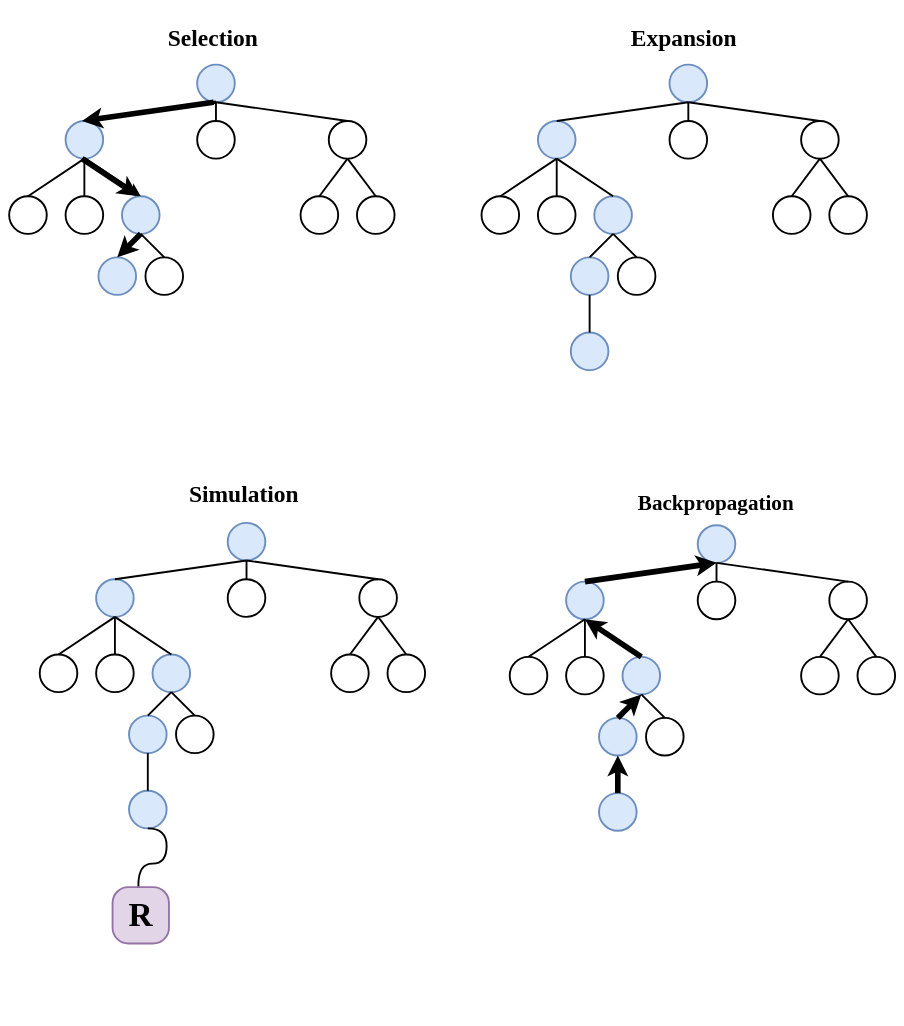
Earlier version of the draw.io diagram drafts/mcts.drawio (peiyong-addwater/QAS). Source tidied: cells renumbered, new cells numbered last; positions are measured from the earlier drawing's top-left corner, leaving out a move shared by most shapes. Both pictures are drawn from the tidied source at 47%, with x=0, y=0 at pixel (9, 13).
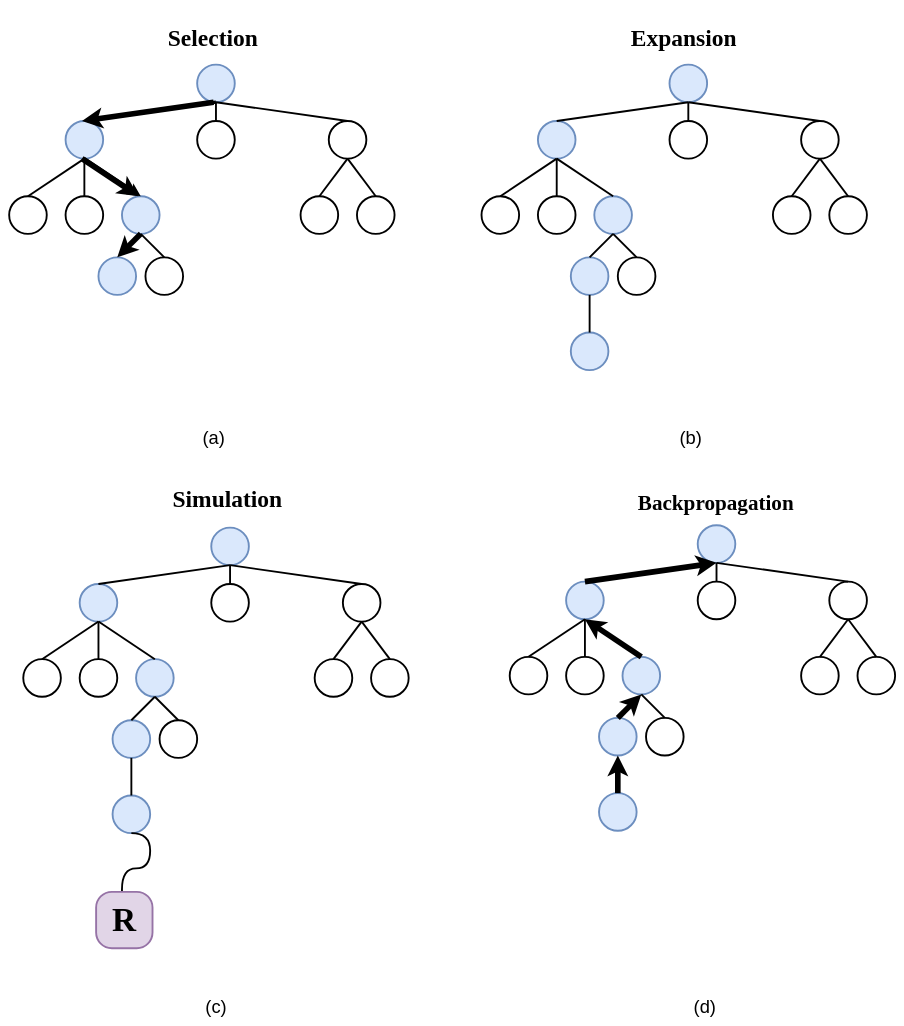
Above is the later version.

What changed in the source:
```diff
@@
     <mxCell id="46" style="ellipse;whiteSpace=wrap;html=1;strokeWidth=4;fillColor=#dae8fc;strokeColor=#6c8ebf;" parent="1" vertex="1">
-      <mxGeometry x="465" y="1085" width="80" height="80" as="geometry" />
+      <mxGeometry x="430" y="1095" width="80" height="80" as="geometry" />
     </mxCell>
     <mxCell id="47" style="ellipse;whiteSpace=wrap;html=1;strokeWidth=4;fillColor=#dae8fc;strokeColor=#6c8ebf;" parent="1" vertex="1">
-      <mxGeometry x="185" y="1205" width="80" height="80" as="geometry" />
+      <mxGeometry x="150" y="1215" width="80" height="80" as="geometry" />
     </mxCell>
     <mxCell id="48" style="ellipse;whiteSpace=wrap;html=1;strokeWidth=4;" parent="1" vertex="1">
-      <mxGeometry x="465" y="1205" width="80" height="80" as="geometry" />
+      <mxGeometry x="430" y="1215" width="80" height="80" as="geometry" />
     </mxCell>
     <mxCell id="49" style="ellipse;whiteSpace=wrap;html=1;strokeWidth=4;" parent="1" vertex="1">
-      <mxGeometry x="745" y="1205" width="80" height="80" as="geometry" />
+      <mxGeometry x="710" y="1215" width="80" height="80" as="geometry" />
     </mxCell>
     <mxCell id="50" style="ellipse;whiteSpace=wrap;html=1;strokeWidth=4;" parent="1" vertex="1">
-      <mxGeometry x="685" y="1365" width="80" height="80" as="geometry" />
+      <mxGeometry x="650" y="1375" width="80" height="80" as="geometry" />
     </mxCell>
     <mxCell id="51" style="ellipse;whiteSpace=wrap;html=1;strokeWidth=4;" parent="1" vertex="1">
-      <mxGeometry x="805" y="1365" width="80" height="80" as="geometry" />
+      <mxGeometry x="770" y="1375" width="80" height="80" as="geometry" />
     </mxCell>
     <mxCell id="52" style="ellipse;whiteSpace=wrap;html=1;strokeWidth=4;" parent="1" vertex="1">
-      <mxGeometry x="185" y="1365" width="80" height="80" as="geometry" />
+      <mxGeometry x="150" y="1375" width="80" height="80" as="geometry" />
     </mxCell>
     <mxCell id="53" style="ellipse;whiteSpace=wrap;html=1;strokeWidth=4;fillColor=#dae8fc;strokeColor=#6c8ebf;" parent="1" vertex="1">
-      <mxGeometry x="305" y="1365" width="80" height="80" as="geometry" />
+      <mxGeometry x="270" y="1375" width="80" height="80" as="geometry" />
     </mxCell>
     <mxCell id="54" style="ellipse;whiteSpace=wrap;html=1;strokeWidth=4;" parent="1" vertex="1">
-      <mxGeometry x="65" y="1365" width="80" height="80" as="geometry" />
+      <mxGeometry x="30" y="1375" width="80" height="80" as="geometry" />
     </mxCell>
     <mxCell id="55" style="ellipse;whiteSpace=wrap;html=1;strokeWidth=4;fillColor=#dae8fc;strokeColor=#6c8ebf;" parent="1" vertex="1">
-      <mxGeometry x="255" y="1495" width="80" height="80" as="geometry" />
+      <mxGeometry x="220" y="1505" width="80" height="80" as="geometry" />
     </mxCell>
     <mxCell id="56" style="ellipse;whiteSpace=wrap;html=1;strokeWidth=4;" parent="1" vertex="1">
-      <mxGeometry x="355" y="1495" width="80" height="80" as="geometry" />
+      <mxGeometry x="320" y="1505" width="80" height="80" as="geometry" />
     </mxCell>
     <mxCell id="57" style="endArrow=none;html=1;rounded=0;exitX=0.5;exitY=0;exitDx=0;exitDy=0;strokeWidth=4;" parent="1" edge="1" source="48">
       <mxGeometry relative="1" as="geometry">
-        <mxPoint x="505" y="1165" as="targetPoint" />
+        <mxPoint x="470" y="1175" as="targetPoint" />
       </mxGeometry>
     </mxCell>
     <mxCell id="58" style="endArrow=none;html=1;rounded=0;exitX=0.5;exitY=0;exitDx=0;exitDy=0;strokeWidth=4;" parent="1" edge="1" source="49">
       <mxGeometry relative="1" as="geometry">
-        <mxPoint x="505" y="1165" as="targetPoint" />
+        <mxPoint x="470" y="1175" as="targetPoint" />
       </mxGeometry>
     </mxCell>
     <mxCell id="59" style="endArrow=none;html=1;rounded=0;exitX=0.5;exitY=0;exitDx=0;exitDy=0;strokeWidth=4;" parent="1" edge="1" source="52">
       <mxGeometry relative="1" as="geometry">
-        <mxPoint x="225" y="1285" as="targetPoint" />
+        <mxPoint x="190" y="1295" as="targetPoint" />
       </mxGeometry>
     </mxCell>
     <mxCell id="60" style="endArrow=none;html=1;rounded=0;exitX=0.5;exitY=0;exitDx=0;exitDy=0;strokeWidth=4;" parent="1" edge="1" source="54">
       <mxGeometry relative="1" as="geometry">
-        <mxPoint x="225" y="1285" as="targetPoint" />
+        <mxPoint x="190" y="1295" as="targetPoint" />
       </mxGeometry>
     </mxCell>
@@
     <mxCell id="63" style="endArrow=none;html=1;rounded=0;exitX=0.5;exitY=0;exitDx=0;exitDy=0;strokeWidth=4;" parent="1" edge="1" source="51">
       <mxGeometry relative="1" as="geometry">
-        <mxPoint x="785" y="1285" as="targetPoint" />
+        <mxPoint x="750" y="1295" as="targetPoint" />
       </mxGeometry>
     </mxCell>
@@
     <mxCell id="67" style="ellipse;whiteSpace=wrap;html=1;strokeWidth=4;fillColor=#dae8fc;strokeColor=#6c8ebf;" parent="1" vertex="1">
-      <mxGeometry x="255" y="1655" width="80" height="80" as="geometry" />
+      <mxGeometry x="220" y="1665" width="80" height="80" as="geometry" />
     </mxCell>
@@
     <mxCell id="69" style="endArrow=none;html=1;rounded=0;edgeStyle=orthogonalEdgeStyle;curved=1;entryX=0.5;entryY=1;entryDx=0;entryDy=0;startArrow=none;exitX=0.5;exitY=0;exitDx=0;exitDy=0;strokeWidth=4;" parent="1" edge="1" source="97" target="67">
       <mxGeometry relative="1" as="geometry">
         <Array as="points">
-          <mxPoint x="275" y="1900" />
-          <mxPoint x="275" y="1810" />
-          <mxPoint x="335" y="1810" />
-          <mxPoint x="335" y="1735" />
+          <mxPoint x="240" y="1910" />
+          <mxPoint x="240" y="1820" />
+          <mxPoint x="300" y="1820" />
+          <mxPoint x="300" y="1745" />
         </Array>
       </mxGeometry>
     </mxCell>
@@
     <mxCell id="95" value="&lt;h1 style=&quot;font-size: 50px;&quot;&gt;&lt;font style=&quot;font-size: 50px;&quot; face=&quot;Times New Roman&quot;&gt;Simulation&lt;/font&gt;&lt;/h1&gt;" style="text;html=1;strokeColor=none;fillColor=none;spacing=5;spacingTop=-20;whiteSpace=wrap;overflow=hidden;rounded=0;fontSize=50;" parent="1" vertex="1">
-      <mxGeometry x="377.5" y="970" width="255" height="100" as="geometry" />
+      <mxGeometry x="342.5" y="980" width="255" height="100" as="geometry" />
     </mxCell>
@@
     <mxCell id="97" value="&lt;font style=&quot;font-size: 71px;&quot;&gt;R&lt;/font&gt;" style="whiteSpace=wrap;html=1;fontFamily=Times New Roman;fontSize=71;rounded=1;arcSize=28;strokeWidth=4;fontStyle=1;fillColor=#e1d5e7;strokeColor=#9673a6;" parent="1" vertex="1">
-      <mxGeometry x="220" y="1860" width="120" height="120" as="geometry" />
+      <mxGeometry x="185" y="1870" width="120" height="120" as="geometry" />
     </mxCell>
@@
+    <mxCell id="100" value="(a)" style="text;html=1;align=center;verticalAlign=middle;strokeColor=none;fillColor=none;fontSize=39;" parent="1" vertex="1">
+      <mxGeometry x="405" y="880" width="60" height="50" as="geometry" />
+    </mxCell>
+    <mxCell id="101" value="(b)" style="text;html=1;align=center;verticalAlign=middle;strokeColor=none;fillColor=none;fontSize=39;" parent="1" vertex="1">
+      <mxGeometry x="1420" y="880" width="60" height="50" as="geometry" />
+    </mxCell>
+    <mxCell id="102" value="(c)" style="text;html=1;align=center;verticalAlign=middle;strokeColor=none;fillColor=none;fontSize=39;" parent="1" vertex="1">
+      <mxGeometry x="410" y="2090" width="60" height="50" as="geometry" />
+    </mxCell>
+    <mxCell id="103" value="(d)" style="text;html=1;align=center;verticalAlign=middle;strokeColor=none;fillColor=none;fontSize=39;" parent="1" vertex="1">
+      <mxGeometry x="1450" y="2090" width="60" height="50" as="geometry" />
+    </mxCell>
```
